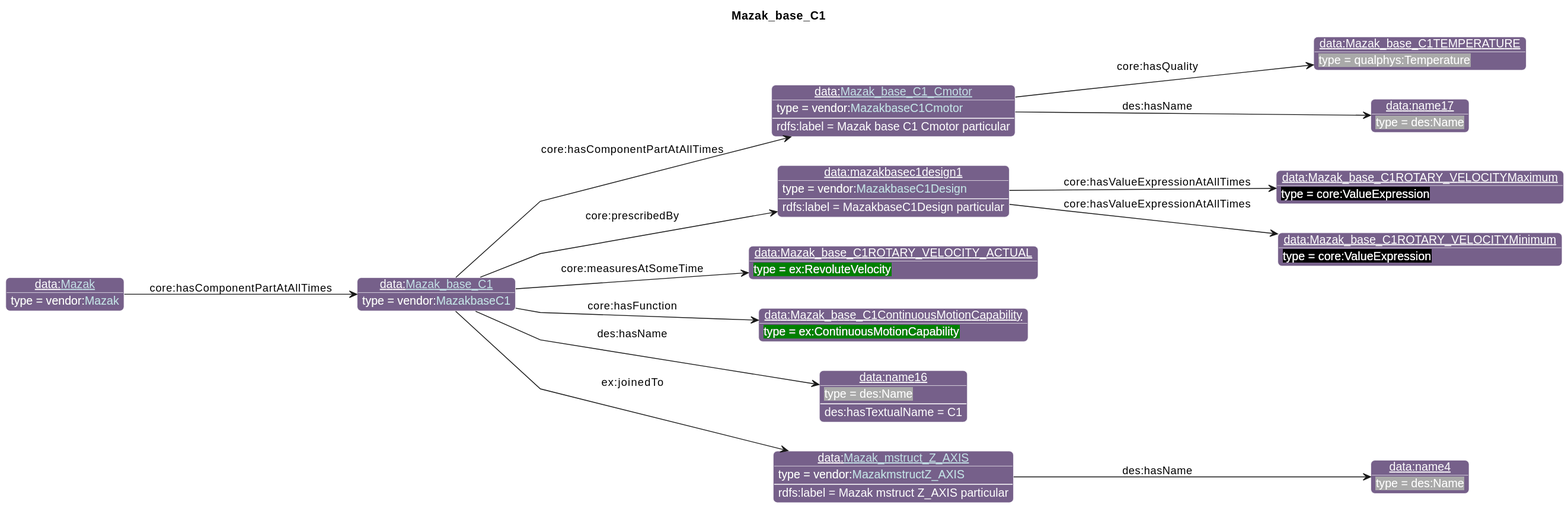
iofoundry/example-syseng-mtconnect keeps this PlantUML diagram as diagrams/Mazak_base_C1.svg. Above is the earlier version. The source it was exported from:
```plantuml
@startuml
!include ../iof.iuml

<style>
object {
  HyperlinkColor #C4E1E6
}
</style>

left to right direction
skinparam linetype polyline
title Mazak_base_C1

!$default_direction = down

!$namespace_colors = { "bfo":"DFA702",
                      "iof":"1E90FF",
                      "ns":"Green",
                      "ns1":"76608A",
                      "core":"000000",
                      "ex":"Green",
                      "data":"76608A",
                      "vendor":"76608A",
                      "units":"8A2D3B",
                      "cmns-dsg":"3A0519",
                      "qp":"641B2E"
      }
individual(o0, data:[[./Mazak_base_C1.html Mazak_base_C1]], vendor:[[../Mazak.html#MazakbaseC1 MazakbaseC1]])
individual(o1, data:[[./Mazak_base_C1_Cmotor.html Mazak_base_C1_Cmotor]], vendor:[[../Mazak.html#MazakbaseC1Cmotor MazakbaseC1Cmotor]])
individual(o2, data:Mazak_base_C1TEMPERATURE, qualphys:Temperature)
individual(o3, data:name17, des:Name)
individual(o4, data:mazakbasec1design1, vendor:[[../Mazak.html#MazakbaseC1Design MazakbaseC1Design]])
individual(o5, data:Mazak_base_C1ROTARY_VELOCITYMaximum, core:ValueExpression)
individual(o6, data:Mazak_base_C1ROTARY_VELOCITYMinimum, core:ValueExpression)
individual(o7, data:Mazak_base_C1ROTARY_VELOCITY_ACTUAL, ex:RevoluteVelocity)
individual(o8, data:Mazak_base_C1ContinuousMotionCapability, ex:ContinuousMotionCapability)
individual(o9, data:name16, des:Name)
individual(o10, data:[[./Mazak_mstruct_Z_AXIS.html Mazak_mstruct_Z_AXIS]], vendor:[[../Mazak.html#MazakmstructZ_AXIS MazakmstructZ_AXIS]])
individual(o11, data:name4, des:Name)
individual(o12, data:[[./Mazak.html Mazak]], vendor:[[../Mazak.html#Mazak Mazak]])
property(o0, "core:hasComponentPartAtAllTimes", o1)
data(o1, "rdfs:label", "Mazak base C1 Cmotor particular")
property(o1, "core:hasQuality", o2)
property(o1, "des:hasName", o3)
property(o0, "core:prescribedBy", o4)
data(o4, "rdfs:label", "MazakbaseC1Design particular")
property(o4, "core:hasValueExpressionAtAllTimes", o5)
property(o4, "core:hasValueExpressionAtAllTimes", o6)
property(o0, "core:measuresAtSomeTime", o7)
property(o0, "core:hasFunction", o8)
property(o0, "des:hasName", o9)
data(o9, "des:hasTextualName", "C1")
property(o0, "ex:joinedTo", o10)
data(o10, "rdfs:label", "Mazak mstruct Z_AXIS particular")
property(o10, "des:hasName", o11)
property(o12, "core:hasComponentPartAtAllTimes", o0)
@enduml
```
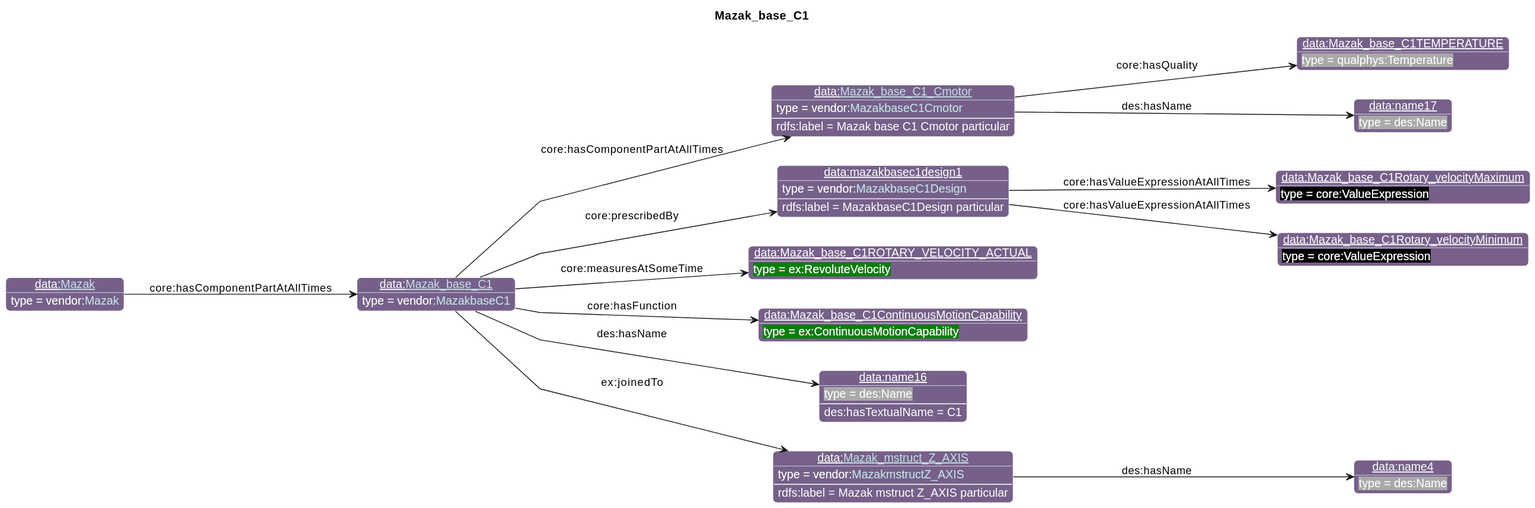
Above is the later version.

What changed in the source:
```diff
@@ -30,8 +30,8 @@
 individual(o2, data:Mazak_base_C1TEMPERATURE, qualphys:Temperature)
 individual(o3, data:name17, des:Name)
 individual(o4, data:mazakbasec1design1, vendor:[[../Mazak.html#MazakbaseC1Design MazakbaseC1Design]])
-individual(o5, data:Mazak_base_C1ROTARY_VELOCITYMaximum, core:ValueExpression)
-individual(o6, data:Mazak_base_C1ROTARY_VELOCITYMinimum, core:ValueExpression)
+individual(o5, data:Mazak_base_C1Rotary_velocityMaximum, core:ValueExpression)
+individual(o6, data:Mazak_base_C1Rotary_velocityMinimum, core:ValueExpression)
 individual(o7, data:Mazak_base_C1ROTARY_VELOCITY_ACTUAL, ex:RevoluteVelocity)
 individual(o8, data:Mazak_base_C1ContinuousMotionCapability, ex:ContinuousMotionCapability)
 individual(o9, data:name16, des:Name)
```
